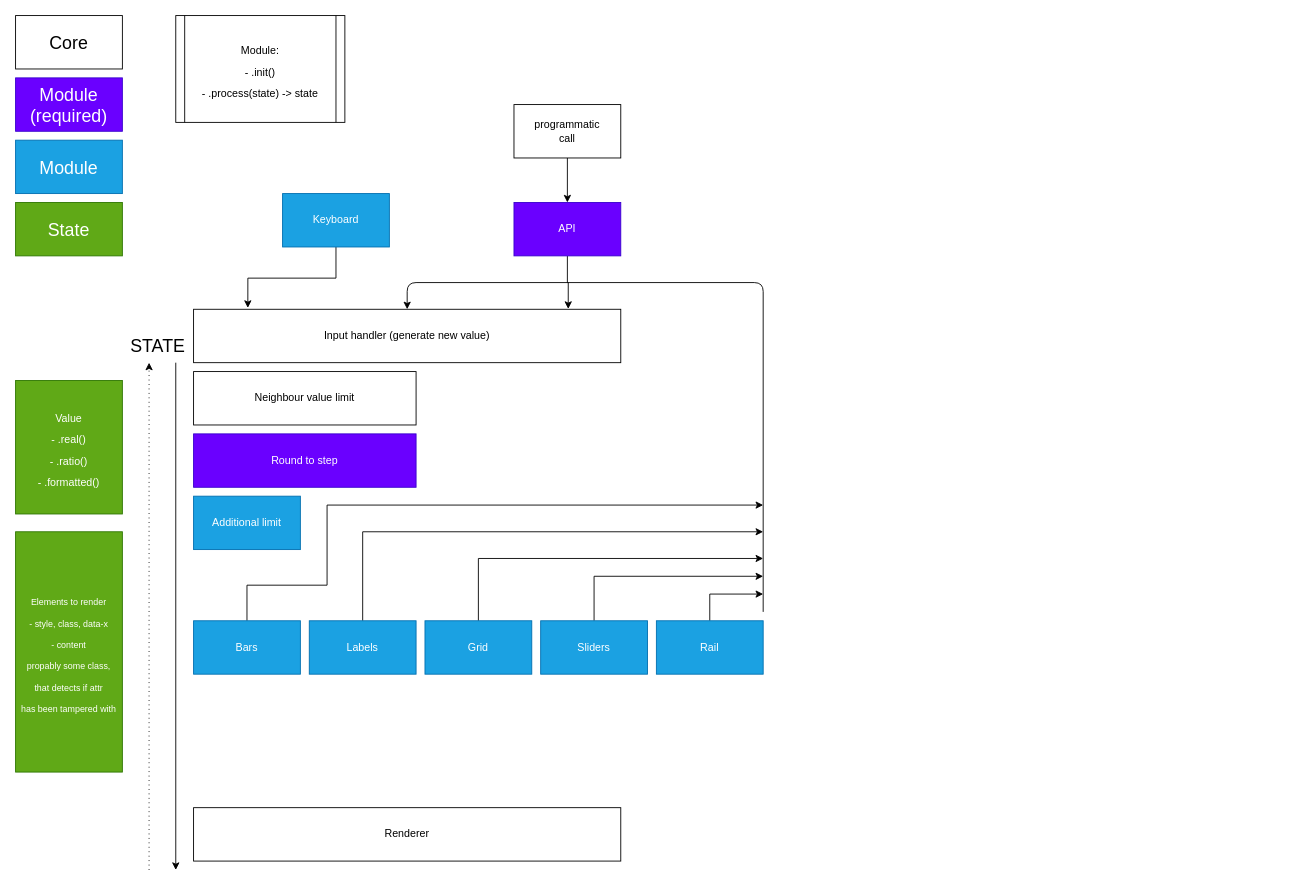
Earlier version of the draw.io diagram architecture.drawio (soanvig/mm-jsr). Source tidied: cells renumbered, new cells numbered last; positions are measured from the earlier drawing's top-left corner, leaving out a move shared by most shapes. Both pictures are drawn from the tidied source at 89%, with x=0, y=0 at pixel (15, 15).
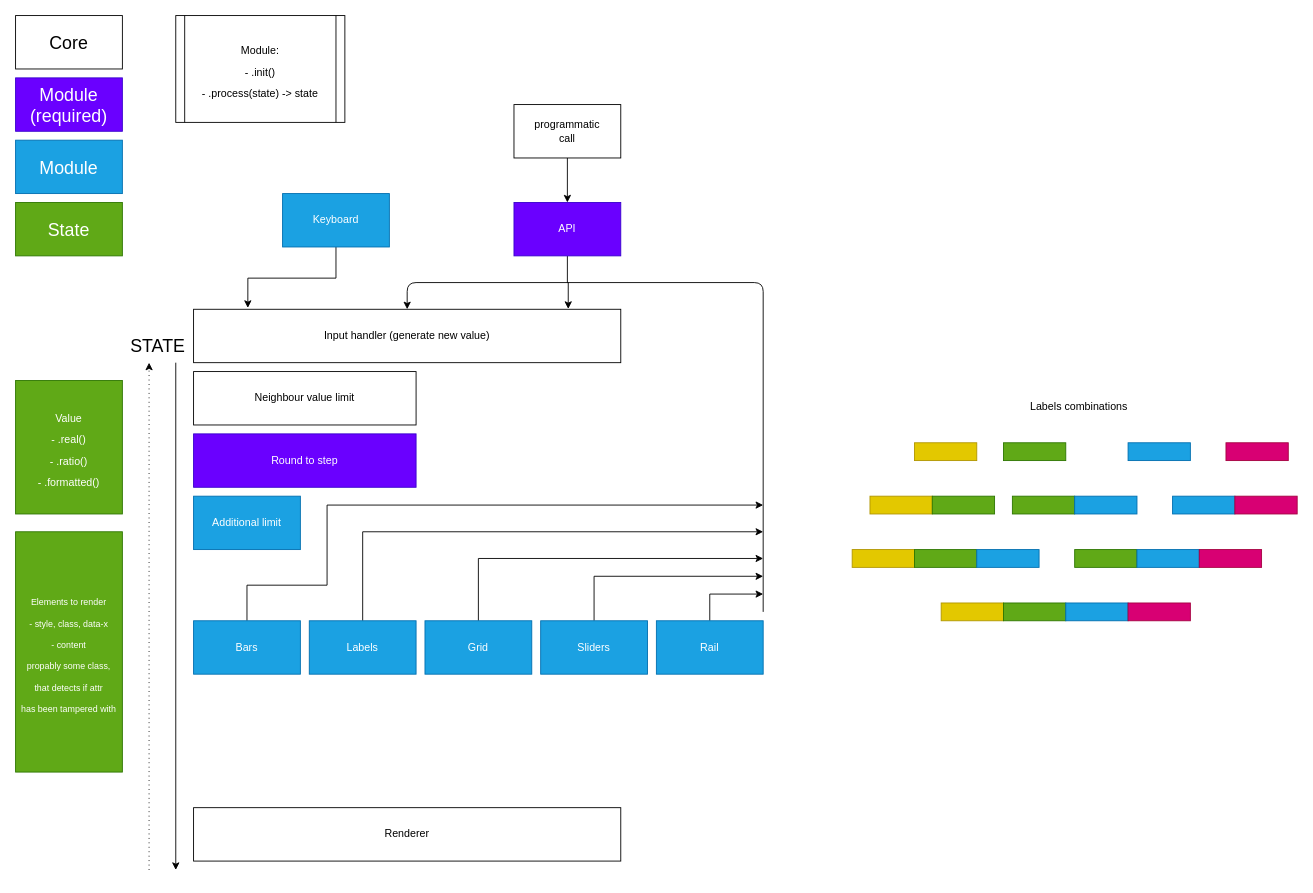
After the change.

Commit message:
[v2] finish archi

The edit, as a diff of the source:
```diff
@@
+    <mxCell id="34" style="rounded=0;whiteSpace=wrap;html=1;fillColor=#60a917;strokeColor=#2D7600;fontColor=#ffffff;" parent="1" vertex="1">
+      <mxGeometry x="1110" y="480" width="70" height="20" as="geometry" />
+    </mxCell>
+    <mxCell id="35" style="rounded=0;whiteSpace=wrap;html=1;fillColor=#1ba1e2;strokeColor=#006EAF;fontColor=#ffffff;" parent="1" vertex="1">
+      <mxGeometry x="1250" y="480" width="70" height="20" as="geometry" />
+    </mxCell>
+    <mxCell id="36" style="rounded=0;whiteSpace=wrap;html=1;fillColor=#d80073;strokeColor=#A50040;fontColor=#ffffff;" parent="1" vertex="1">
+      <mxGeometry x="1360" y="480" width="70" height="20" as="geometry" />
+    </mxCell>
+    <mxCell id="37" style="rounded=0;whiteSpace=wrap;html=1;fillColor=#60a917;strokeColor=#2D7600;fontColor=#ffffff;" parent="1" vertex="1">
+      <mxGeometry x="1120" y="540" width="70" height="20" as="geometry" />
+    </mxCell>
+    <mxCell id="38" style="rounded=0;whiteSpace=wrap;html=1;fillColor=#1ba1e2;strokeColor=#006EAF;fontColor=#ffffff;" parent="1" vertex="1">
+      <mxGeometry x="1190" y="540" width="70" height="20" as="geometry" />
+    </mxCell>
+    <mxCell id="39" style="rounded=0;whiteSpace=wrap;html=1;fillColor=#1ba1e2;strokeColor=#006EAF;fontColor=#ffffff;" parent="1" vertex="1">
+      <mxGeometry x="1300" y="540" width="70" height="20" as="geometry" />
+    </mxCell>
+    <mxCell id="40" style="rounded=0;whiteSpace=wrap;html=1;fillColor=#d80073;strokeColor=#A50040;fontColor=#ffffff;" parent="1" vertex="1">
+      <mxGeometry x="1370" y="540" width="70" height="20" as="geometry" />
+    </mxCell>
+    <mxCell id="41" style="rounded=0;whiteSpace=wrap;html=1;fillColor=#60a917;strokeColor=#2D7600;fontColor=#ffffff;" parent="1" vertex="1">
+      <mxGeometry x="1190" y="600" width="70" height="20" as="geometry" />
+    </mxCell>
+    <mxCell id="42" style="rounded=0;whiteSpace=wrap;html=1;fillColor=#1ba1e2;strokeColor=#006EAF;fontColor=#ffffff;" parent="1" vertex="1">
+      <mxGeometry x="1260" y="600" width="70" height="20" as="geometry" />
+    </mxCell>
+    <mxCell id="43" style="rounded=0;whiteSpace=wrap;html=1;fillColor=#d80073;strokeColor=#A50040;fontColor=#ffffff;" parent="1" vertex="1">
+      <mxGeometry x="1330" y="600" width="70" height="20" as="geometry" />
+    </mxCell>
+    <mxCell id="44" style="rounded=0;whiteSpace=wrap;html=1;fillColor=#e3c800;strokeColor=#B09500;fontColor=#ffffff;" parent="1" vertex="1">
+      <mxGeometry x="1010" y="480" width="70" height="20" as="geometry" />
+    </mxCell>
+    <mxCell id="45" style="rounded=0;whiteSpace=wrap;html=1;fillColor=#e3c800;strokeColor=#B09500;fontColor=#ffffff;" parent="1" vertex="1">
+      <mxGeometry x="960" y="540" width="70" height="20" as="geometry" />
+    </mxCell>
+    <mxCell id="46" style="rounded=0;whiteSpace=wrap;html=1;fillColor=#60a917;strokeColor=#2D7600;fontColor=#ffffff;" parent="1" vertex="1">
+      <mxGeometry x="1030" y="540" width="70" height="20" as="geometry" />
+    </mxCell>
+    <mxCell id="47" style="rounded=0;whiteSpace=wrap;html=1;fillColor=#e3c800;strokeColor=#B09500;fontColor=#ffffff;" parent="1" vertex="1">
+      <mxGeometry x="940" y="600" width="70" height="20" as="geometry" />
+    </mxCell>
+    <mxCell id="48" style="rounded=0;whiteSpace=wrap;html=1;fillColor=#60a917;strokeColor=#2D7600;fontColor=#ffffff;" parent="1" vertex="1">
+      <mxGeometry x="1010" y="600" width="70" height="20" as="geometry" />
+    </mxCell>
+    <mxCell id="49" style="rounded=0;whiteSpace=wrap;html=1;fillColor=#1ba1e2;strokeColor=#006EAF;fontColor=#ffffff;" parent="1" vertex="1">
+      <mxGeometry x="1080" y="600" width="70" height="20" as="geometry" />
+    </mxCell>
+    <mxCell id="50" style="rounded=0;whiteSpace=wrap;html=1;fillColor=#e3c800;strokeColor=#B09500;fontColor=#ffffff;" parent="1" vertex="1">
+      <mxGeometry x="1040" y="660" width="70" height="20" as="geometry" />
+    </mxCell>
+    <mxCell id="51" style="rounded=0;whiteSpace=wrap;html=1;fillColor=#60a917;strokeColor=#2D7600;fontColor=#ffffff;" parent="1" vertex="1">
+      <mxGeometry x="1110" y="660" width="70" height="20" as="geometry" />
+    </mxCell>
+    <mxCell id="52" style="rounded=0;whiteSpace=wrap;html=1;fillColor=#1ba1e2;strokeColor=#006EAF;fontColor=#ffffff;" parent="1" vertex="1">
+      <mxGeometry x="1180" y="660" width="70" height="20" as="geometry" />
+    </mxCell>
+    <mxCell id="53" style="rounded=0;whiteSpace=wrap;html=1;fillColor=#d80073;strokeColor=#A50040;fontColor=#ffffff;" parent="1" vertex="1">
+      <mxGeometry x="1250" y="660" width="70" height="20" as="geometry" />
+    </mxCell>
+    <mxCell id="54" value="Labels combinations" style="text;html=1;strokeColor=none;fillColor=none;align=center;verticalAlign=middle;whiteSpace=wrap;rounded=0;" parent="1" vertex="1">
+      <mxGeometry x="1110" y="430" width="170" height="20" as="geometry" />
+    </mxCell>
```
